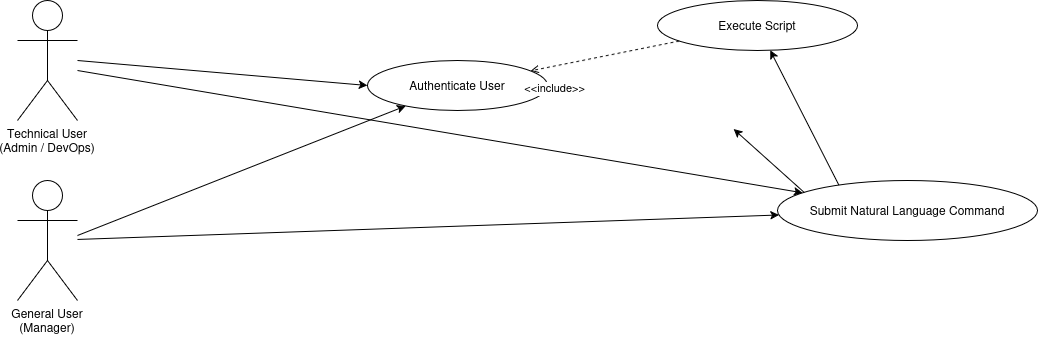
Before: 2_UML/uml_diagram.png, a diagram exported from draw.io (VemorPhose/CS331). Source tidied: cells renumbered, new cells last; positions are measured from the earlier drawing's top-left corner, leaving out a move shared by most shapes.
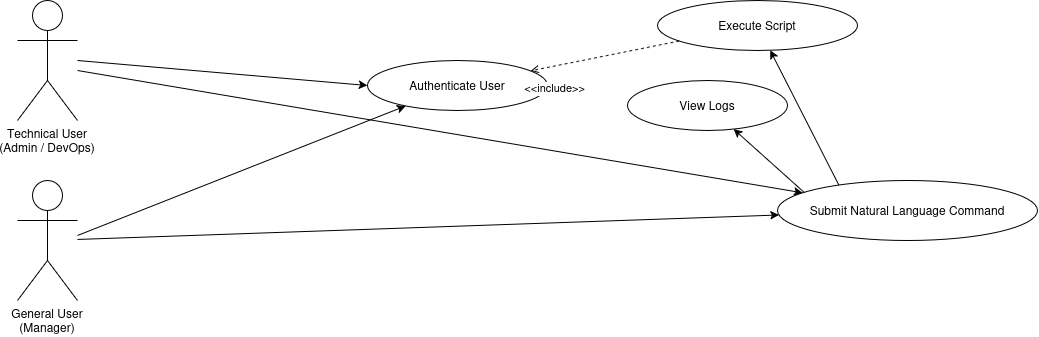
The same diagram one commit later.

Change to the diagram source:
```diff
@@ -29,10 +29,8 @@
     <mxCell id="8" style="exitX=0.335;exitY=0.917;exitDx=0;exitDy=0;exitPerimeter=0;" parent="1" edge="1" source="11" target="12">
       <mxGeometry relative="1" as="geometry" />
     </mxCell>
-    <mxCell id="9" style="exitX=0.296;exitY=0.95;exitDx=0;exitDy=0;exitPerimeter=0;" parent="1" edge="1" source="11">
-      <mxGeometry relative="1" as="geometry">
-        <mxPoint x="716.1" y="128.6" as="targetPoint" />
-      </mxGeometry>
+    <mxCell id="9" style="exitX=0.296;exitY=0.95;exitDx=0;exitDy=0;exitPerimeter=0;" parent="1" edge="1" source="11" target="14">
+      <mxGeometry relative="1" as="geometry" />
     </mxCell>
     <mxCell id="10" value="Authenticate User" style="ellipse;whiteSpace=wrap;html=1;" parent="1" vertex="1">
       <mxGeometry x="350" y="60" width="180" height="50" as="geometry" />
@@ -43,6 +41,9 @@
     <mxCell id="12" value="Execute Script" style="ellipse;whiteSpace=wrap;html=1;" parent="1" vertex="1">
       <mxGeometry x="640" width="200" height="50" as="geometry" />
     </mxCell>
+    <mxCell id="14" value="View Logs" style="ellipse;whiteSpace=wrap;html=1;" parent="1" vertex="1">
+      <mxGeometry x="610" y="80" width="160" height="50" as="geometry" />
+    </mxCell>
     <mxCell id="13" value="&lt;&lt;include&gt;&gt;" style="dashed=1;endArrow=open;" parent="1" edge="1" source="12" target="10">
       <mxGeometry x="0.71" y="22" relative="1" as="geometry">
         <mxPoint x="-1" as="offset" />
```
